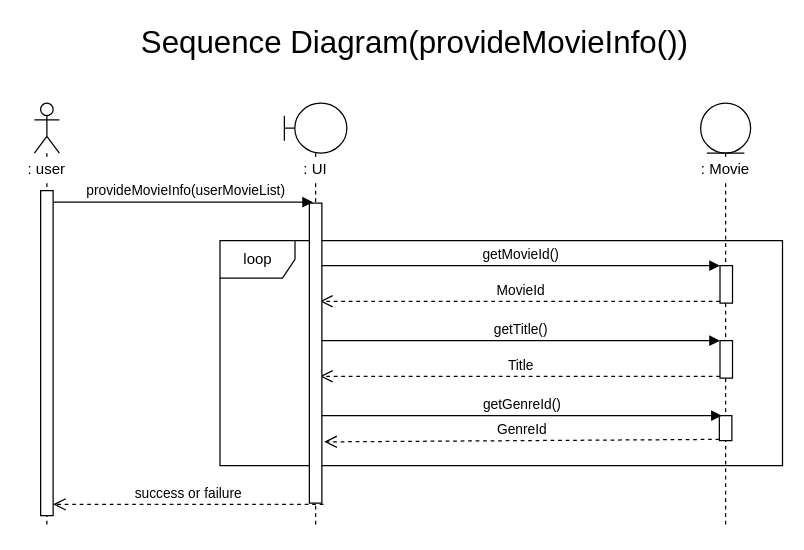
The draw.io diagram page "Page-2" (2 of 2) of documents/UML/sequenceDiagram.drawio in SoftwareEngineering-Gotcha/MovieRecommendation, before the edit. Source tidied: cells renumbered, new cells numbered last; positions are measured from the earlier drawing's top-left corner, leaving out a move shared by most shapes. Both pictures are drawn from the tidied source at 125%, with x=0, y=0 at pixel (21, 28).
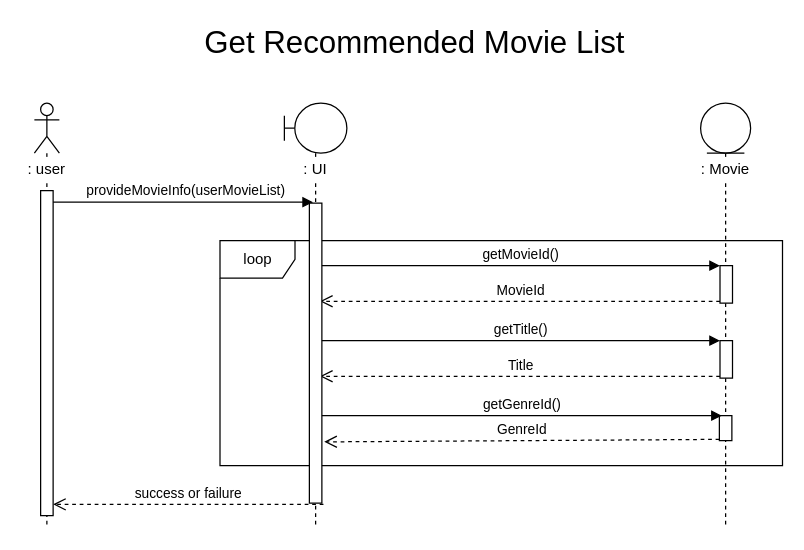
After the change.

Commit message (it also covers changes not shown here):
Sequence Diagram and State Diagram edited.

Diff of the diagram source:
```diff
@@
-    <mxCell id="8" value="&lt;font style=&quot;font-size: 25px&quot;&gt;Sequence Diagram(provideMovieInfo())&lt;/font&gt;" style="text;html=1;align=center;verticalAlign=middle;strokeColor=none;" parent="1" vertex="1">
-      <mxGeometry x="89" width="450" height="20" as="geometry" />
+    <mxCell id="8" value="&lt;font style=&quot;font-size: 25px&quot;&gt;Get Recommended Movie List&lt;br&gt;&lt;/font&gt;" style="text;html=1;align=center;verticalAlign=middle;strokeColor=none;" parent="1" vertex="1">
+      <mxGeometry x="139" width="350" height="20" as="geometry" />
     </mxCell>
```
